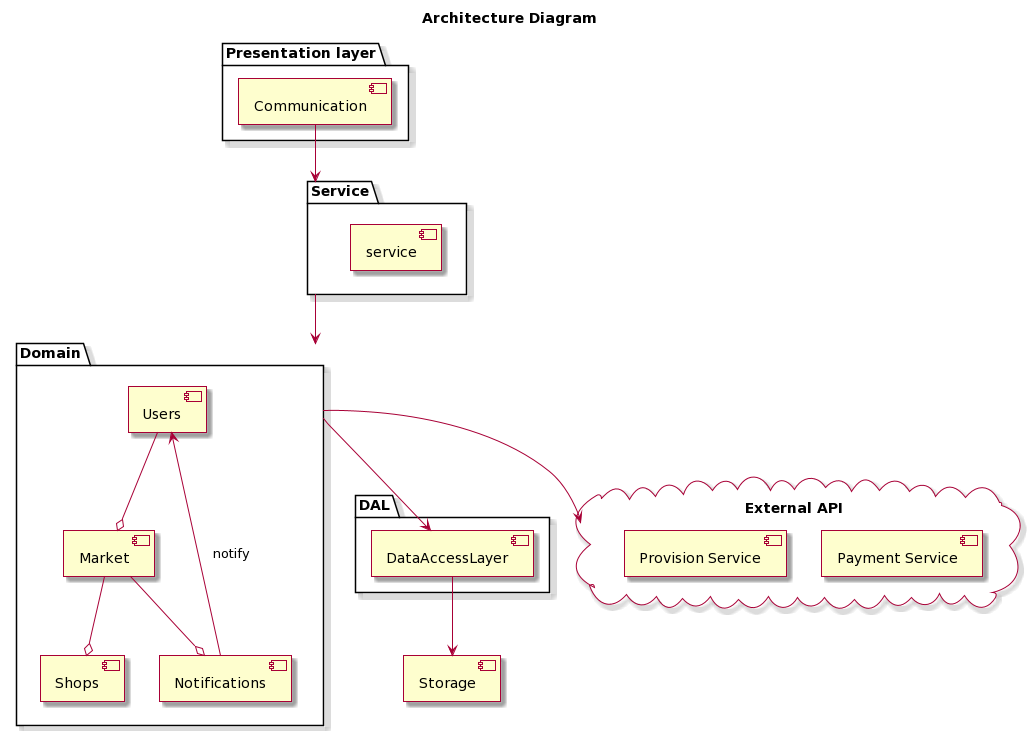
This is Docs/architecture_diagram.png from BatelBB/Workshop-on-Software-Engineering-Project, a PlantUML export, as it was before one commit.
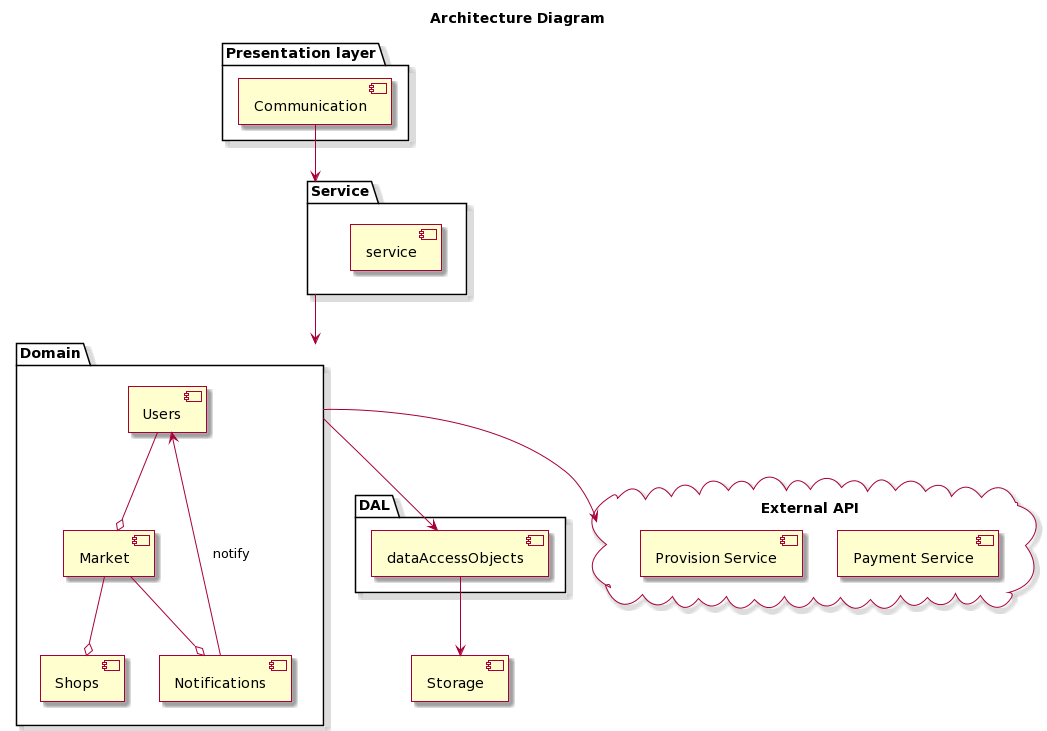
After the commit.

What changed in the source:
```diff
@@ -19,7 +19,7 @@
 }
 
 package "DAL"{
-  component [DataAccessLayer]
+  component [dataAccessObjects]
 }
 
 
@@ -35,8 +35,8 @@
 
 Service -down-> Domain
 Communication -down-> Service
-Domain -down-> DataAccessLayer
-DataAccessLayer -down-> Storage
+Domain -down-> dataAccessObjects
+dataAccessObjects -down-> Storage
 
 Users --o Market
 
```
